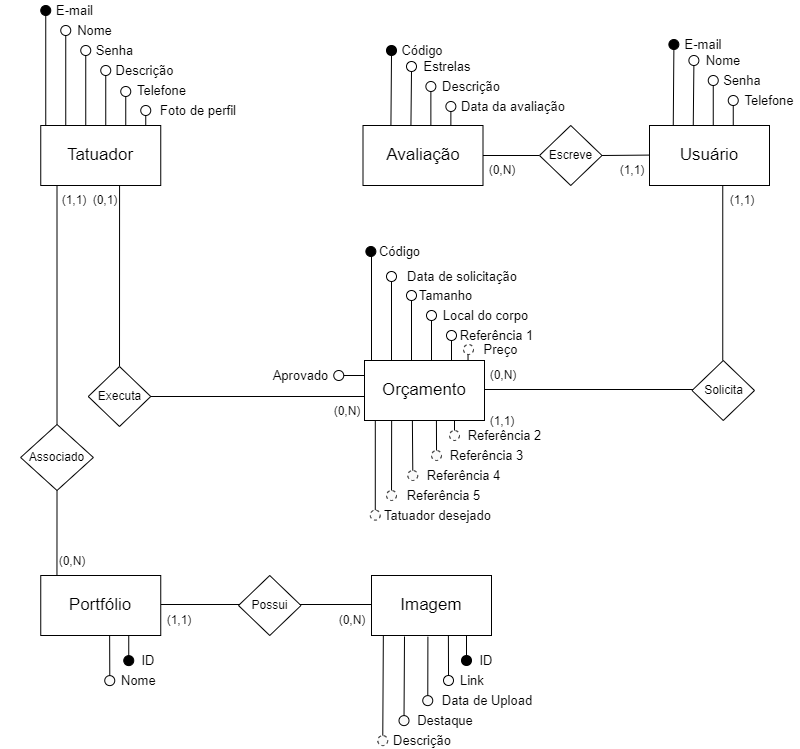
The draw.io diagram Banco de Dados/Conceptual Model.png in smlltox/ProjetoIntegrado, before a commit. Source tidied: cells renumbered, new cells last; positions are measured from the earlier drawing's top-left corner, leaving out a move shared by most shapes.
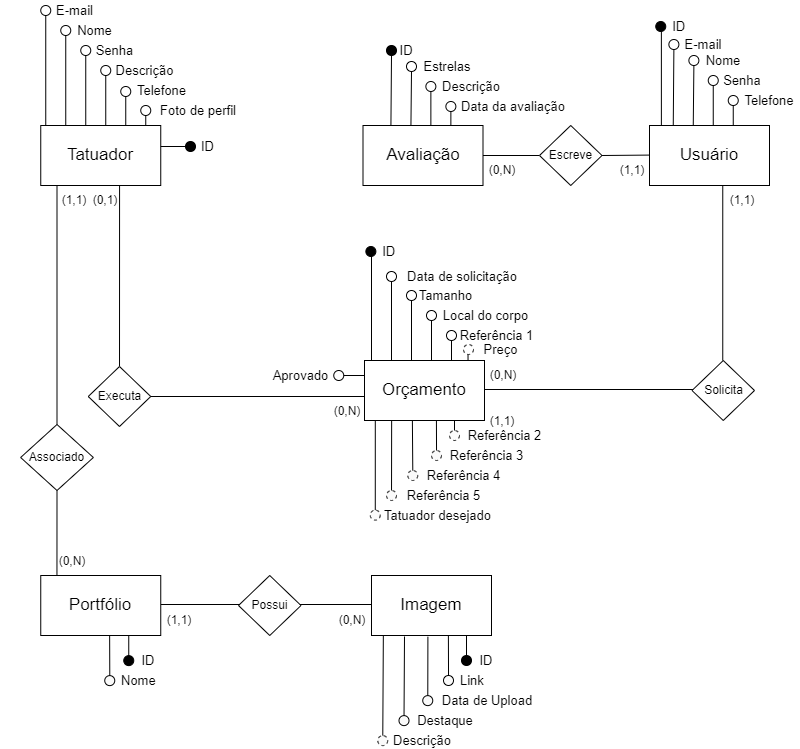
The same diagram one commit later.

The edit, as a diff of the source:
```diff
@@ -2,6 +2,24 @@
   <root>
     <mxCell id="0" />
     <mxCell id="1" parent="0" />
+    <mxCell id="136" style="ellipse;whiteSpace=wrap;html=1;fillColor=#000000;fontSize=13;" parent="1" vertex="1">
+      <mxGeometry x="655.2" y="21" width="10" height="10" as="geometry" />
+    </mxCell>
+    <mxCell id="137" value="&amp;nbsp; ID" style="text;html=1;strokeColor=none;fillColor=none;align=left;verticalAlign=middle;whiteSpace=wrap;rounded=0;fontSize=13;" parent="1" vertex="1">
+      <mxGeometry x="662.8" y="21" width="52.5" height="10" as="geometry" />
+    </mxCell>
+    <mxCell id="138" style="endArrow=none;html=1;rounded=0;entryX=0.5;entryY=1;entryDx=0;entryDy=0;fontSize=13;" parent="1" edge="1">
+      <mxGeometry relative="1" as="geometry">
+        <mxPoint x="660.9" y="141" as="sourcePoint" />
+        <mxPoint x="660.9" y="31" as="targetPoint" />
+      </mxGeometry>
+    </mxCell>
+    <mxCell id="139" style="endArrow=none;html=1;rounded=0;entryX=0;entryY=0.5;entryDx=0;entryDy=0;" parent="1" edge="1">
+      <mxGeometry relative="1" as="geometry">
+        <mxPoint x="130.5" y="146" as="sourcePoint" />
+        <mxPoint x="186.5" y="146" as="targetPoint" />
+      </mxGeometry>
+    </mxCell>
     <mxCell id="2" style="endArrow=none;html=1;rounded=0;entryX=0;entryY=0.5;entryDx=0;entryDy=0;" parent="1" edge="1">
       <mxGeometry relative="1" as="geometry">
         <mxPoint x="160.2" y="604" as="sourcePoint" />
@@ -34,7 +52,7 @@
         <mxPoint x="454" y="440" as="targetPoint" />
       </mxGeometry>
     </mxCell>
-    <mxCell id="9" style="ellipse;whiteSpace=wrap;html=1;fillColor=#000000;fontSize=13;" parent="1" vertex="1">
+    <mxCell id="9" style="ellipse;whiteSpace=wrap;html=1;fillColor=#ffffff;fontSize=13;" parent="1" vertex="1">
       <mxGeometry x="40.2" y="5" width="10" height="10" as="geometry" />
     </mxCell>
     <mxCell id="10" style="endArrow=none;html=1;rounded=0;entryX=0.5;entryY=1;entryDx=0;entryDy=0;fontSize=13;" parent="1" edge="1" target="9">
@@ -100,7 +118,7 @@
     <mxCell id="26" value="Telefone" style="text;html=1;strokeColor=none;fillColor=none;align=center;verticalAlign=middle;whiteSpace=wrap;rounded=0;fontSize=13;" parent="1" vertex="1">
       <mxGeometry x="133.2" y="85" width="57" height="10" as="geometry" />
     </mxCell>
-    <mxCell id="27" style="ellipse;whiteSpace=wrap;html=1;fillColor=#000000;fontSize=13;" parent="1" vertex="1">
+    <mxCell id="27" style="ellipse;whiteSpace=wrap;html=1;fillColor=#FFFFFF;fontSize=13;" parent="1" vertex="1">
       <mxGeometry x="668.4" y="39" width="10" height="10" as="geometry" />
     </mxCell>
     <mxCell id="28" style="endArrow=none;html=1;rounded=0;entryX=0.5;entryY=1;entryDx=0;entryDy=0;fontSize=13;" parent="1" edge="1" target="27">
@@ -274,7 +292,7 @@
     <mxCell id="70" value="Estrelas" style="text;html=1;strokeColor=none;fillColor=none;align=center;verticalAlign=middle;whiteSpace=wrap;rounded=0;fontSize=13;" parent="1" vertex="1">
       <mxGeometry x="413.5" y="61" width="65.5" height="10" as="geometry" />
     </mxCell>
-    <mxCell id="71" value="Código" style="text;html=1;strokeColor=none;fillColor=none;align=center;verticalAlign=middle;whiteSpace=wrap;rounded=0;fontSize=13;" parent="1" vertex="1">
+    <mxCell id="71" value="&amp;nbsp;ID" style="text;html=1;strokeColor=none;fillColor=none;align=left;verticalAlign=middle;whiteSpace=wrap;rounded=0;fontSize=13;" parent="1" vertex="1">
       <mxGeometry x="393.5" y="45" width="55.5" height="10" as="geometry" />
     </mxCell>
     <mxCell id="72" value="Descrição" style="text;html=1;strokeColor=none;fillColor=none;align=center;verticalAlign=middle;whiteSpace=wrap;rounded=0;fontSize=13;" parent="1" vertex="1">
@@ -321,7 +339,7 @@
     <mxCell id="83" value="Tamanho" style="text;html=1;strokeColor=none;fillColor=none;align=center;verticalAlign=middle;whiteSpace=wrap;rounded=0;fontSize=13;" parent="1" vertex="1">
       <mxGeometry x="413.5" y="290" width="62.5" height="10" as="geometry" />
     </mxCell>
-    <mxCell id="84" value="Código" style="text;html=1;strokeColor=none;fillColor=none;align=center;verticalAlign=middle;whiteSpace=wrap;rounded=0;fontSize=13;" parent="1" vertex="1">
+    <mxCell id="84" value="&amp;nbsp; ID" style="text;html=1;strokeColor=none;fillColor=none;align=left;verticalAlign=middle;whiteSpace=wrap;rounded=0;fontSize=13;" parent="1" vertex="1">
       <mxGeometry x="372.9" y="246" width="52.5" height="10" as="geometry" />
     </mxCell>
     <mxCell id="85" value="Local do corpo" style="text;html=1;strokeColor=none;fillColor=none;align=center;verticalAlign=middle;whiteSpace=wrap;rounded=0;fontSize=13;" parent="1" vertex="1">
@@ -506,5 +524,11 @@
     <mxCell id="135" value="Aprovado" style="text;html=1;strokeColor=none;fillColor=none;align=center;verticalAlign=middle;whiteSpace=wrap;rounded=0;fontSize=13;" parent="1" vertex="1">
       <mxGeometry x="268" y="370" width="65.2" height="10" as="geometry" />
     </mxCell>
+    <mxCell id="140" style="ellipse;whiteSpace=wrap;html=1;fontSize=13;fillColor=#000000;" parent="1" vertex="1">
+      <mxGeometry x="185" y="141" width="10" height="10" as="geometry" />
+    </mxCell>
+    <mxCell id="141" value="ID" style="text;html=1;strokeColor=none;fillColor=none;align=left;verticalAlign=middle;whiteSpace=wrap;rounded=0;fontSize=13;" parent="1" vertex="1">
+      <mxGeometry x="198.5" y="141" width="53" height="10" as="geometry" />
+    </mxCell>
   </root>
 </mxGraphModel>
```
